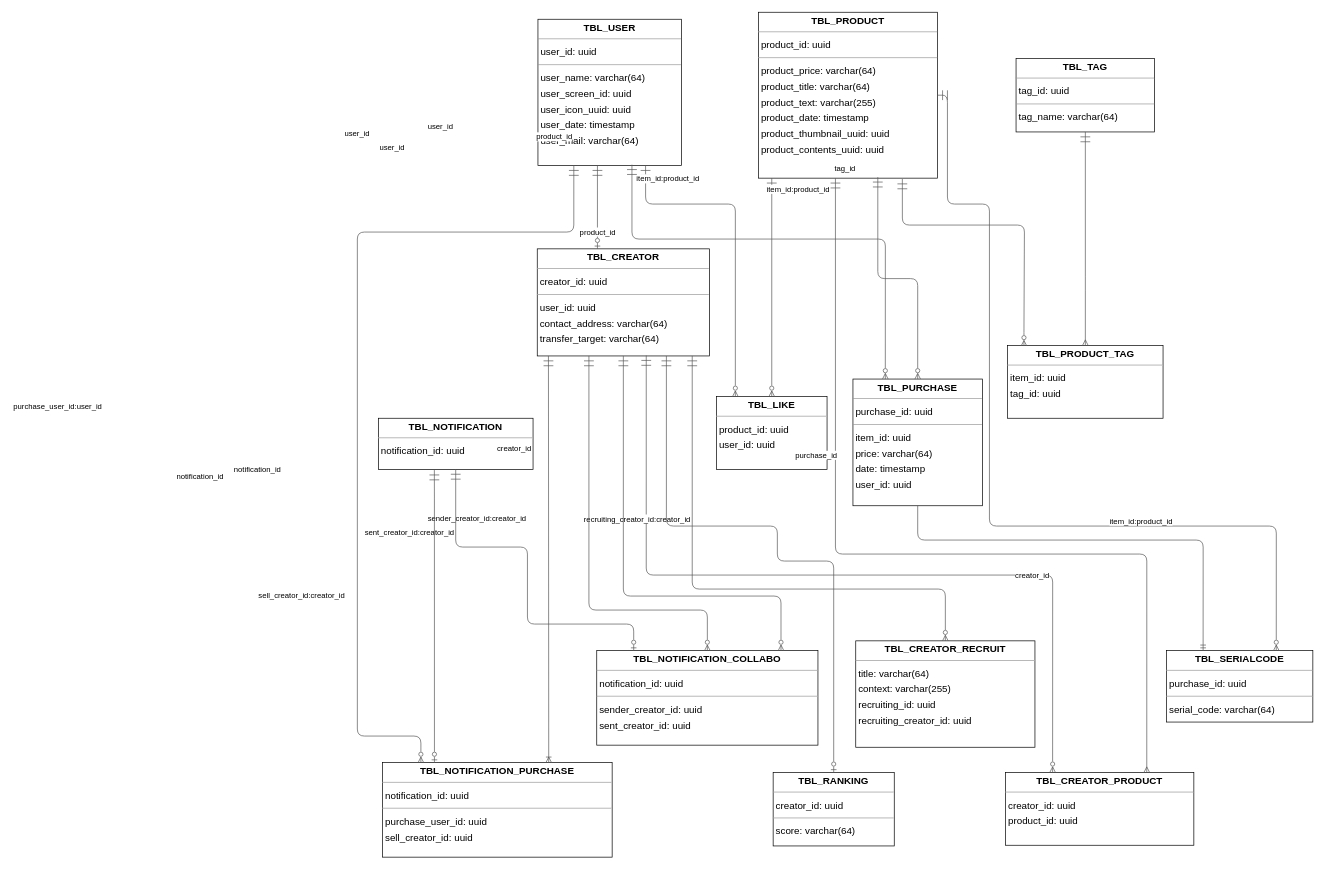
Before: pysical.drawio in yamadacojp27/HewEr, a draw.io diagram. Source tidied: cells renumbered, new cells numbered last; positions are measured from the earlier drawing's top-left corner, leaving out a move shared by most shapes. Both pictures are drawn from the tidied source at 70%, with x=0, y=0 at pixel (252, 12).
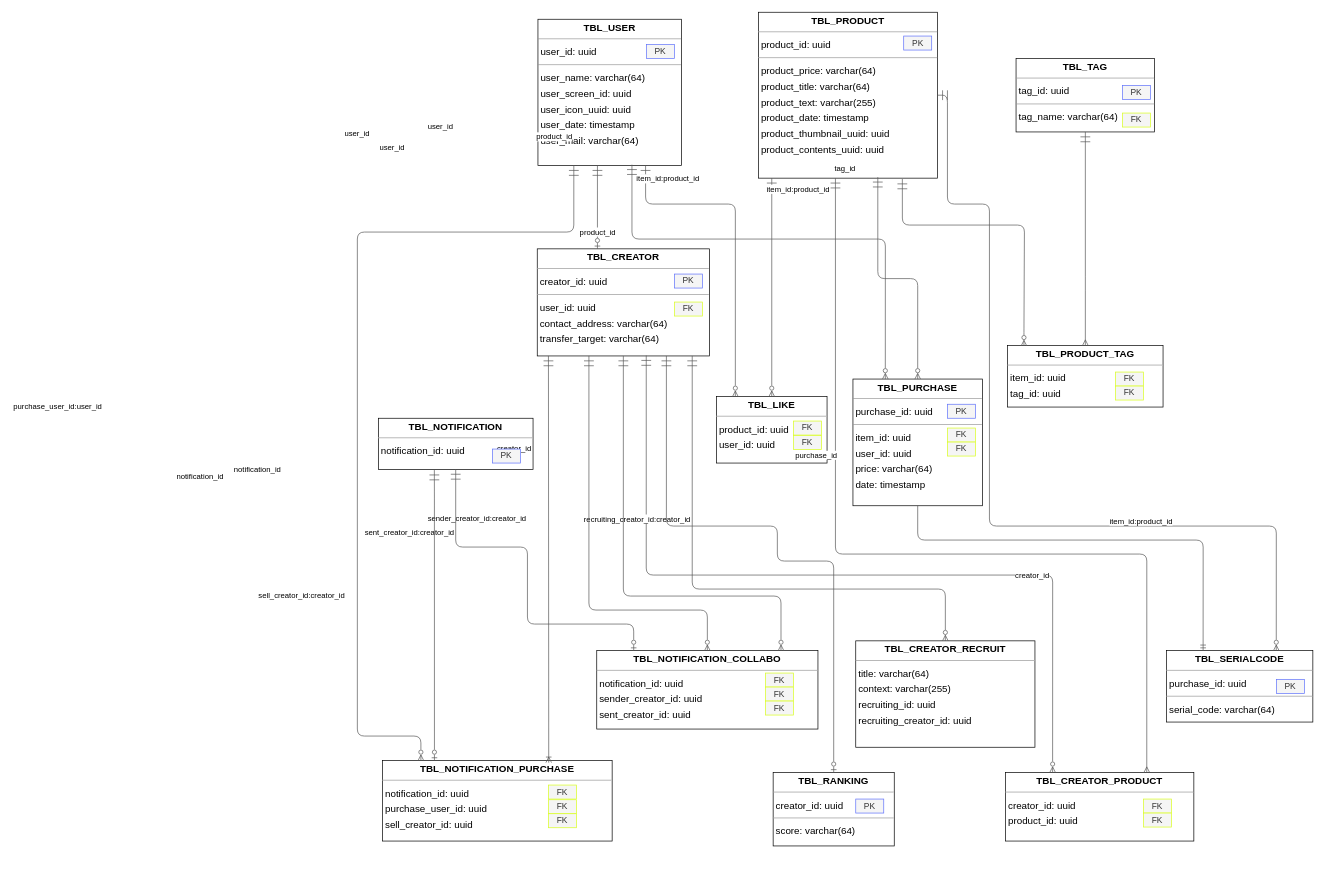
After the change.

Commit message:
PKとFKを追加しました

Change to the diagram source:
```diff
@@
     <mxCell id="3" value="&lt;p style=&quot;margin:0px;margin-top:4px;text-align:center;&quot;&gt;&lt;b&gt;TBL_CREATOR_PRODUCT&lt;/b&gt;&lt;/p&gt;&lt;hr size=&quot;1&quot;/&gt;&lt;p style=&quot;margin:0 0 0 4px;line-height:1.6;&quot;&gt; creator_id: uuid&lt;br/&gt; product_id: uuid&lt;/p&gt;" style="verticalAlign=top;align=left;overflow=fill;fontSize=14;fontFamily=Helvetica;html=1;rounded=0;shadow=0;comic=0;labelBackgroundColor=none;strokeWidth=1;" parent="1" vertex="1">
-      <mxGeometry x="1076" y="1086" width="269" height="104" as="geometry" />
+      <mxGeometry x="1076" y="1086" width="269" height="98" as="geometry" />
     </mxCell>
@@
     <mxCell id="5" value="&lt;p style=&quot;margin:0px;margin-top:4px;text-align:center;&quot;&gt;&lt;b&gt;TBL_LIKE&lt;/b&gt;&lt;/p&gt;&lt;hr size=&quot;1&quot;/&gt;&lt;p style=&quot;margin:0 0 0 4px;line-height:1.6;&quot;&gt; product_id: uuid&lt;br/&gt; user_id: uuid&lt;/p&gt;" style="verticalAlign=top;align=left;overflow=fill;fontSize=14;fontFamily=Helvetica;html=1;rounded=0;shadow=0;comic=0;labelBackgroundColor=none;strokeWidth=1;" parent="1" vertex="1">
-      <mxGeometry x="663" y="549" width="158" height="104" as="geometry" />
+      <mxGeometry x="663" y="549" width="158" height="95" as="geometry" />
     </mxCell>
@@
-    <mxCell id="7" value="&lt;p style=&quot;margin:0px;margin-top:4px;text-align:center;&quot;&gt;&lt;b&gt;TBL_NOTIFICATION_COLLABO&lt;/b&gt;&lt;/p&gt;&lt;hr size=&quot;1&quot;/&gt;&lt;p style=&quot;margin:0 0 0 4px;line-height:1.6;&quot;&gt; notification_id: uuid&lt;/p&gt;&lt;hr size=&quot;1&quot;/&gt;&lt;p style=&quot;margin:0 0 0 4px;line-height:1.6;&quot;&gt; sender_creator_id: uuid&lt;br/&gt; sent_creator_id: uuid&lt;/p&gt;" style="verticalAlign=top;align=left;overflow=fill;fontSize=14;fontFamily=Helvetica;html=1;rounded=0;shadow=0;comic=0;labelBackgroundColor=none;strokeWidth=1;" parent="1" vertex="1">
-      <mxGeometry x="492" y="912" width="316" height="135" as="geometry" />
+    <mxCell id="7" value="&lt;p style=&quot;margin:0px;margin-top:4px;text-align:center;&quot;&gt;&lt;b&gt;TBL_NOTIFICATION_COLLABO&lt;/b&gt;&lt;/p&gt;&lt;hr size=&quot;1&quot;&gt;&lt;p style=&quot;margin:0 0 0 4px;line-height:1.6;&quot;&gt; notification_id: uuid&lt;/p&gt;&lt;p style=&quot;margin:0 0 0 4px;line-height:1.6;&quot;&gt; sender_creator_id: uuid&lt;br&gt; sent_creator_id: uuid&lt;/p&gt;" style="verticalAlign=top;align=left;overflow=fill;fontSize=14;fontFamily=Helvetica;html=1;rounded=0;shadow=0;comic=0;labelBackgroundColor=none;strokeWidth=1;" parent="1" vertex="1">
+      <mxGeometry x="492" y="912" width="316" height="112" as="geometry" />
     </mxCell>
-    <mxCell id="8" value="&lt;p style=&quot;margin:0px;margin-top:4px;text-align:center;&quot;&gt;&lt;b&gt;TBL_NOTIFICATION_PURCHASE&lt;/b&gt;&lt;/p&gt;&lt;hr size=&quot;1&quot;/&gt;&lt;p style=&quot;margin:0 0 0 4px;line-height:1.6;&quot;&gt; notification_id: uuid&lt;/p&gt;&lt;hr size=&quot;1&quot;/&gt;&lt;p style=&quot;margin:0 0 0 4px;line-height:1.6;&quot;&gt; purchase_user_id: uuid&lt;br/&gt; sell_creator_id: uuid&lt;/p&gt;" style="verticalAlign=top;align=left;overflow=fill;fontSize=14;fontFamily=Helvetica;html=1;rounded=0;shadow=0;comic=0;labelBackgroundColor=none;strokeWidth=1;" parent="1" vertex="1">
-      <mxGeometry x="186" y="1072" width="328" height="135" as="geometry" />
+    <mxCell id="8" value="&lt;p style=&quot;margin:0px;margin-top:4px;text-align:center;&quot;&gt;&lt;b&gt;TBL_NOTIFICATION_PURCHASE&lt;/b&gt;&lt;/p&gt;&lt;hr size=&quot;1&quot;&gt;&lt;p style=&quot;margin:0 0 0 4px;line-height:1.6;&quot;&gt; notification_id: uuid&lt;/p&gt;&lt;p style=&quot;margin:0 0 0 4px;line-height:1.6;&quot;&gt; purchase_user_id: uuid&lt;br&gt; sell_creator_id: uuid&lt;/p&gt;" style="verticalAlign=top;align=left;overflow=fill;fontSize=14;fontFamily=Helvetica;html=1;rounded=0;shadow=0;comic=0;labelBackgroundColor=none;strokeWidth=1;" parent="1" vertex="1">
+      <mxGeometry x="186" y="1069" width="328" height="115" as="geometry" />
     </mxCell>
@@
     <mxCell id="10" value="&lt;p style=&quot;margin:0px;margin-top:4px;text-align:center;&quot;&gt;&lt;b&gt;TBL_PRODUCT_TAG&lt;/b&gt;&lt;/p&gt;&lt;hr size=&quot;1&quot;/&gt;&lt;p style=&quot;margin:0 0 0 4px;line-height:1.6;&quot;&gt; item_id: uuid&lt;br/&gt; tag_id: uuid&lt;/p&gt;" style="verticalAlign=top;align=left;overflow=fill;fontSize=14;fontFamily=Helvetica;html=1;rounded=0;shadow=0;comic=0;labelBackgroundColor=none;strokeWidth=1;" parent="1" vertex="1">
-      <mxGeometry x="1079" y="476" width="222" height="104" as="geometry" />
+      <mxGeometry x="1079" y="476" width="222" height="88" as="geometry" />
     </mxCell>
-    <mxCell id="11" value="&lt;p style=&quot;margin:0px;margin-top:4px;text-align:center;&quot;&gt;&lt;b&gt;TBL_PURCHASE&lt;/b&gt;&lt;/p&gt;&lt;hr size=&quot;1&quot;/&gt;&lt;p style=&quot;margin:0 0 0 4px;line-height:1.6;&quot;&gt; purchase_id: uuid&lt;/p&gt;&lt;hr size=&quot;1&quot;/&gt;&lt;p style=&quot;margin:0 0 0 4px;line-height:1.6;&quot;&gt; item_id: uuid&lt;br/&gt; price: varchar(64)&lt;br/&gt; date: timestamp&lt;br/&gt; user_id: uuid&lt;/p&gt;" style="verticalAlign=top;align=left;overflow=fill;fontSize=14;fontFamily=Helvetica;html=1;rounded=0;shadow=0;comic=0;labelBackgroundColor=none;strokeWidth=1;" parent="1" vertex="1">
+    <mxCell id="11" value="&lt;p style=&quot;margin:0px;margin-top:4px;text-align:center;&quot;&gt;&lt;b&gt;TBL_PURCHASE&lt;/b&gt;&lt;/p&gt;&lt;hr size=&quot;1&quot;&gt;&lt;p style=&quot;margin:0 0 0 4px;line-height:1.6;&quot;&gt; purchase_id: uuid&lt;/p&gt;&lt;hr size=&quot;1&quot;&gt;&lt;p style=&quot;margin:0 0 0 4px;line-height:1.6;&quot;&gt; item_id: uuid&lt;/p&gt;&lt;p style=&quot;margin:0 0 0 4px;line-height:1.6;&quot;&gt;user_id: uuid&lt;br&gt; price: varchar(64)&lt;br&gt; date: timestamp&lt;br&gt;&lt;/p&gt;" style="verticalAlign=top;align=left;overflow=fill;fontSize=14;fontFamily=Helvetica;html=1;rounded=0;shadow=0;comic=0;labelBackgroundColor=none;strokeWidth=1;" parent="1" vertex="1">
       <mxGeometry x="858" y="524" width="185" height="181" as="geometry" />
     </mxCell>
@@
+    <mxCell id="55" value="PK" style="text;html=1;align=center;verticalAlign=middle;whiteSpace=wrap;rounded=0;fillColor=#f5f5f5;strokeColor=#6072fb;fontColor=#333333;" parent="1" vertex="1">
+      <mxGeometry x="563" y="46" width="40" height="20" as="geometry" />
+    </mxCell>
+    <mxCell id="56" value="PK" style="text;html=1;align=center;verticalAlign=middle;whiteSpace=wrap;rounded=0;fillColor=#f5f5f5;strokeColor=#6072fb;fontColor=#333333;" parent="1" vertex="1">
+      <mxGeometry x="930.5" y="34" width="40" height="20" as="geometry" />
+    </mxCell>
+    <mxCell id="57" value="PK" style="text;html=1;align=center;verticalAlign=middle;whiteSpace=wrap;rounded=0;fillColor=#f5f5f5;strokeColor=#6072fb;fontColor=#333333;" parent="1" vertex="1">
+      <mxGeometry x="1243" y="104.5" width="40" height="20" as="geometry" />
+    </mxCell>
+    <mxCell id="58" value="PK" style="text;html=1;align=center;verticalAlign=middle;whiteSpace=wrap;rounded=0;fillColor=#f5f5f5;strokeColor=#6072fb;fontColor=#333333;" parent="1" vertex="1">
+      <mxGeometry x="993" y="560" width="40" height="20" as="geometry" />
+    </mxCell>
+    <mxCell id="59" value="PK" style="text;html=1;align=center;verticalAlign=middle;whiteSpace=wrap;rounded=0;fillColor=#f5f5f5;strokeColor=#6072fb;fontColor=#333333;" parent="1" vertex="1">
+      <mxGeometry x="343" y="624" width="40" height="20" as="geometry" />
+    </mxCell>
+    <mxCell id="60" value="PK" style="text;html=1;align=center;verticalAlign=middle;whiteSpace=wrap;rounded=0;fillColor=#f5f5f5;strokeColor=#6072fb;fontColor=#333333;" parent="1" vertex="1">
+      <mxGeometry x="862" y="1124" width="40" height="20" as="geometry" />
+    </mxCell>
+    <mxCell id="61" value="PK" style="text;html=1;align=center;verticalAlign=middle;whiteSpace=wrap;rounded=0;fillColor=#f5f5f5;strokeColor=#6072fb;fontColor=#333333;" parent="1" vertex="1">
+      <mxGeometry x="1463" y="953" width="40" height="20" as="geometry" />
+    </mxCell>
+    <mxCell id="62" value="PK" style="text;html=1;align=center;verticalAlign=middle;whiteSpace=wrap;rounded=0;fillColor=#f5f5f5;strokeColor=#6072fb;fontColor=#333333;" parent="1" vertex="1">
+      <mxGeometry x="603" y="374" width="40" height="20" as="geometry" />
+    </mxCell>
+    <mxCell id="63" value="FK" style="text;html=1;align=center;verticalAlign=middle;whiteSpace=wrap;rounded=0;fillColor=#f5f5f5;strokeColor=#d9fe20;fontColor=#333333;" parent="1" vertex="1">
+      <mxGeometry x="1233" y="514" width="40" height="20" as="geometry" />
+    </mxCell>
+    <mxCell id="64" value="FK" style="text;html=1;align=center;verticalAlign=middle;whiteSpace=wrap;rounded=0;fillColor=#f5f5f5;strokeColor=#d9fe20;fontColor=#333333;" parent="1" vertex="1">
+      <mxGeometry x="1233" y="534" width="40" height="20" as="geometry" />
+    </mxCell>
+    <mxCell id="65" value="FK" style="text;html=1;align=center;verticalAlign=middle;whiteSpace=wrap;rounded=0;fillColor=#f5f5f5;strokeColor=#d9fe20;fontColor=#333333;" parent="1" vertex="1">
+      <mxGeometry x="1243" y="144" width="40" height="20" as="geometry" />
+    </mxCell>
+    <mxCell id="66" value="FK" style="text;html=1;align=center;verticalAlign=middle;whiteSpace=wrap;rounded=0;fillColor=#f5f5f5;strokeColor=#d9fe20;fontColor=#333333;" parent="1" vertex="1">
+      <mxGeometry x="993" y="594" width="40" height="20" as="geometry" />
+    </mxCell>
+    <mxCell id="67" value="FK" style="text;html=1;align=center;verticalAlign=middle;whiteSpace=wrap;rounded=0;fillColor=#f5f5f5;strokeColor=#d9fe20;fontColor=#333333;" parent="1" vertex="1">
+      <mxGeometry x="993" y="614" width="40" height="20" as="geometry" />
+    </mxCell>
+    <mxCell id="68" value="FK" style="text;html=1;align=center;verticalAlign=middle;whiteSpace=wrap;rounded=0;fillColor=#f5f5f5;strokeColor=#d9fe20;fontColor=#333333;" parent="1" vertex="1">
+      <mxGeometry x="773" y="584" width="40" height="20" as="geometry" />
+    </mxCell>
+    <mxCell id="69" value="FK" style="text;html=1;align=center;verticalAlign=middle;whiteSpace=wrap;rounded=0;fillColor=#f5f5f5;strokeColor=#d9fe20;fontColor=#333333;" parent="1" vertex="1">
+      <mxGeometry x="773" y="604.5" width="40" height="20" as="geometry" />
+    </mxCell>
+    <mxCell id="70" value="FK" style="text;html=1;align=center;verticalAlign=middle;whiteSpace=wrap;rounded=0;fillColor=#f5f5f5;strokeColor=#d9fe20;fontColor=#333333;" parent="1" vertex="1">
+      <mxGeometry x="603" y="414" width="40" height="20" as="geometry" />
+    </mxCell>
+    <mxCell id="71" value="FK" style="text;html=1;align=center;verticalAlign=middle;whiteSpace=wrap;rounded=0;fillColor=#f5f5f5;strokeColor=#d9fe20;fontColor=#333333;" parent="1" vertex="1">
+      <mxGeometry x="1273" y="1124" width="40" height="20" as="geometry" />
+    </mxCell>
+    <mxCell id="72" value="FK" style="text;html=1;align=center;verticalAlign=middle;whiteSpace=wrap;rounded=0;fillColor=#f5f5f5;strokeColor=#d9fe20;fontColor=#333333;" parent="1" vertex="1">
+      <mxGeometry x="1273" y="1144" width="40" height="20" as="geometry" />
+    </mxCell>
+    <mxCell id="73" value="FK" style="text;html=1;align=center;verticalAlign=middle;whiteSpace=wrap;rounded=0;fillColor=#f5f5f5;strokeColor=#d9fe20;fontColor=#333333;" parent="1" vertex="1">
+      <mxGeometry x="423" y="1104" width="40" height="20" as="geometry" />
+    </mxCell>
+    <mxCell id="74" value="FK" style="text;html=1;align=center;verticalAlign=middle;whiteSpace=wrap;rounded=0;fillColor=#f5f5f5;strokeColor=#d9fe20;fontColor=#333333;" parent="1" vertex="1">
+      <mxGeometry x="423" y="1125" width="40" height="20" as="geometry" />
+    </mxCell>
+    <mxCell id="75" value="FK" style="text;html=1;align=center;verticalAlign=middle;whiteSpace=wrap;rounded=0;fillColor=#f5f5f5;strokeColor=#d9fe20;fontColor=#333333;" parent="1" vertex="1">
+      <mxGeometry x="423" y="1145" width="40" height="20" as="geometry" />
+    </mxCell>
+    <mxCell id="76" value="FK" style="text;html=1;align=center;verticalAlign=middle;whiteSpace=wrap;rounded=0;fillColor=#f5f5f5;strokeColor=#d9fe20;fontColor=#333333;" parent="1" vertex="1">
+      <mxGeometry x="733" y="944" width="40" height="20" as="geometry" />
+    </mxCell>
+    <mxCell id="77" value="FK" style="text;html=1;align=center;verticalAlign=middle;whiteSpace=wrap;rounded=0;fillColor=#f5f5f5;strokeColor=#d9fe20;fontColor=#333333;" parent="1" vertex="1">
+      <mxGeometry x="733" y="964" width="40" height="20" as="geometry" />
+    </mxCell>
+    <mxCell id="78" value="FK" style="text;html=1;align=center;verticalAlign=middle;whiteSpace=wrap;rounded=0;fillColor=#f5f5f5;strokeColor=#d9fe20;fontColor=#333333;" parent="1" vertex="1">
+      <mxGeometry x="733" y="984" width="40" height="20" as="geometry" />
+    </mxCell>
```
